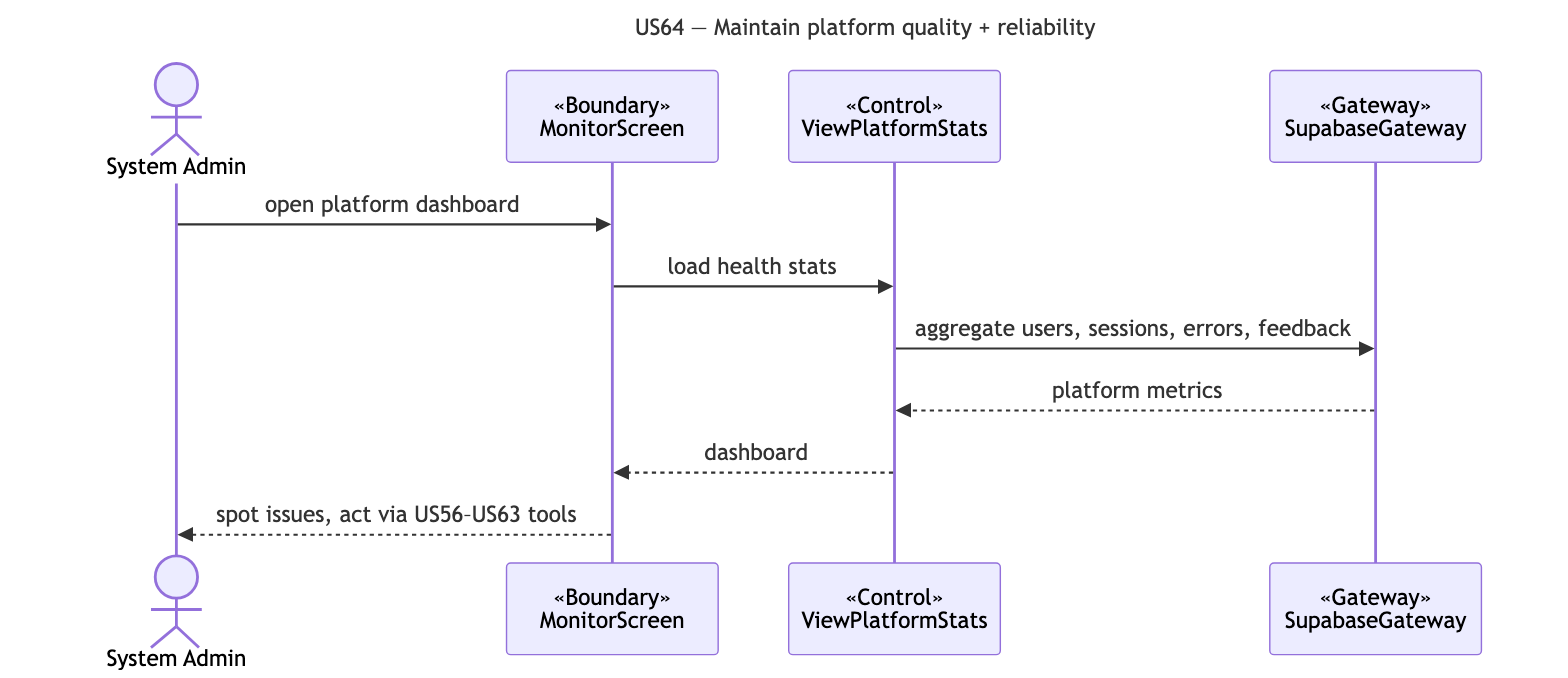
Above: docs/deliverables/sequence-diagrams/US64-platform-quality.png in cyuanjun/FYP-26-S2-37-app (Mermaid), before the change. Its source is kept beside it as docs/deliverables/sequence-diagrams/src/US64-platform-quality.mmd. The source it was exported from:
```mermaid
---
title: "US64 — Maintain platform quality + reliability"
---
sequenceDiagram
  actor A as System Admin
  participant B as «Boundary»<br/>MonitorScreen
  participant C as «Control»<br/>ViewPlatformStats
  participant G as «Gateway»<br/>SupabaseGateway
  A->>B: open platform dashboard
  B->>C: load health stats
  C->>G: aggregate users, sessions, errors, feedback
  G-->>C: platform metrics
  C-->>B: dashboard
  B-->>A: spot issues, act via US56–US63 tools
```
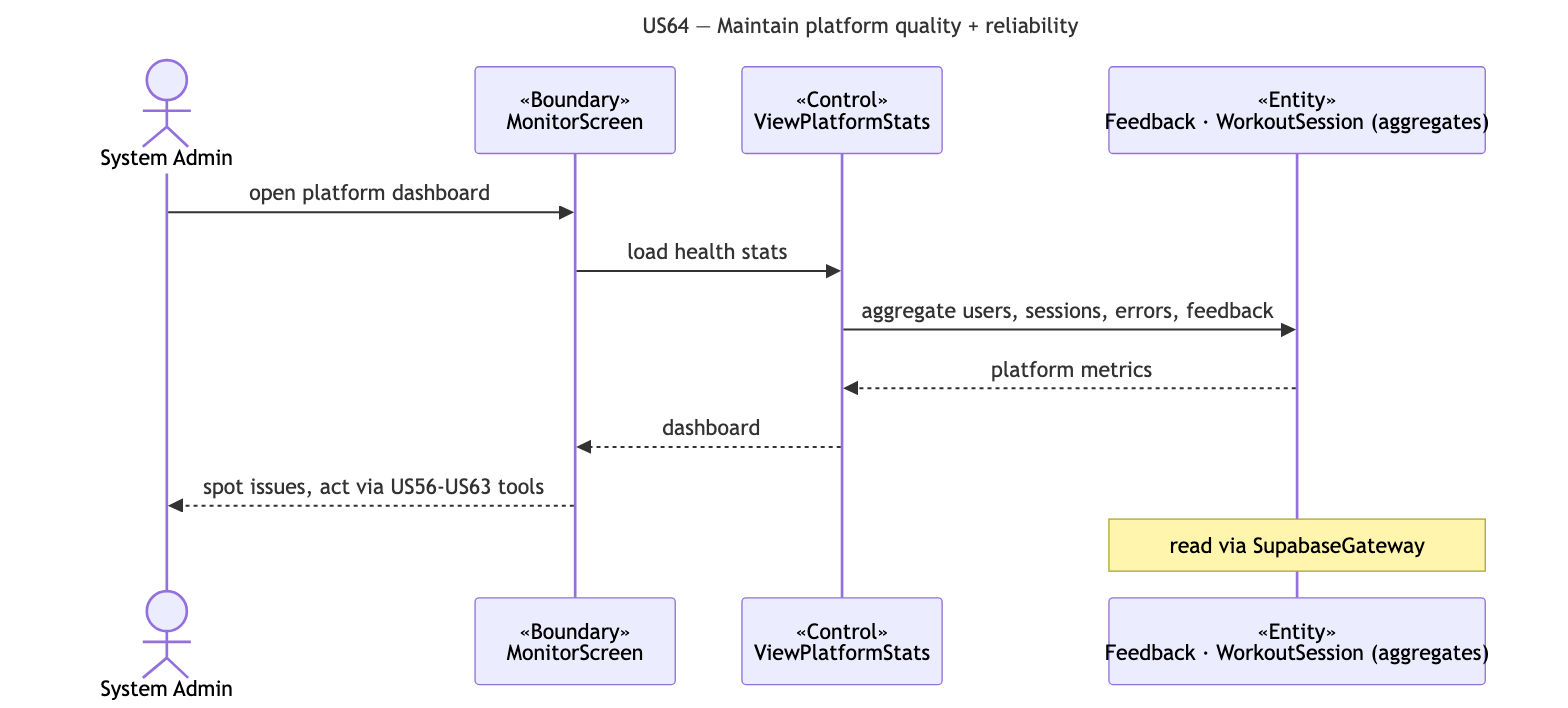
Later version of the same file.

What changed in the source:
```diff
@@ -5,10 +5,11 @@
   actor A as System Admin
   participant B as «Boundary»<br/>MonitorScreen
   participant C as «Control»<br/>ViewPlatformStats
-  participant G as «Gateway»<br/>SupabaseGateway
+  participant E as «Entity»<br/>Feedback · WorkoutSession (aggregates)
   A->>B: open platform dashboard
   B->>C: load health stats
-  C->>G: aggregate users, sessions, errors, feedback
-  G-->>C: platform metrics
+  C->>E: aggregate users, sessions, errors, feedback
+  E-->>C: platform metrics
   C-->>B: dashboard
-  B-->>A: spot issues, act via US56–US63 tools
+  B-->>A: spot issues, act via US56-US63 tools
+  note over E: read via SupabaseGateway
```
